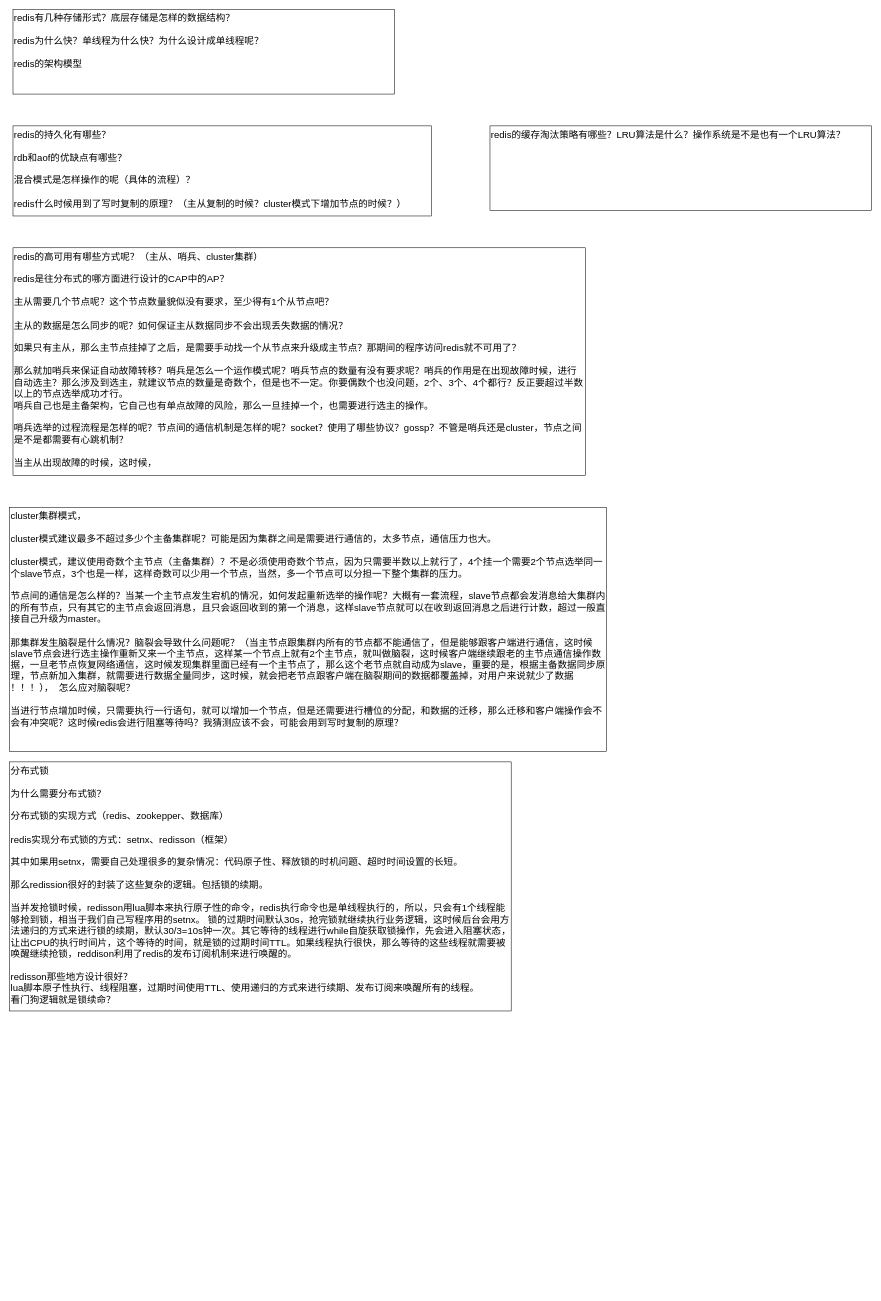
Earlier version of the draw.io diagram JAVA/Redis.drawio (KGwolf/MyDraw). Source tidied: cells renumbered, new cells numbered last; positions are measured from the earlier drawing's top-left corner, leaving out a move shared by most shapes. Both pictures are drawn from the tidied source at 53%, with x=0, y=0 at pixel (10, 9).
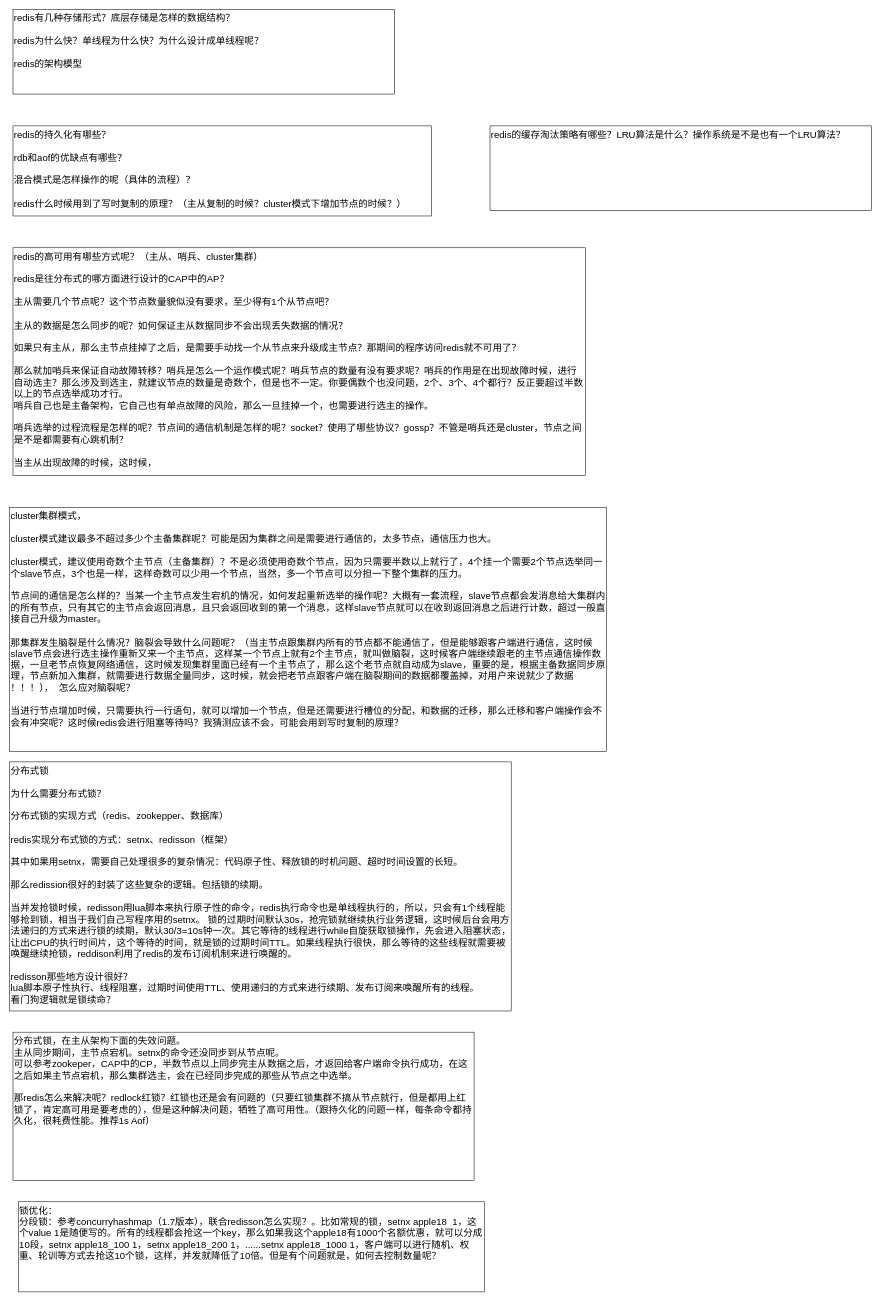
The same page after the edit.

Change to the diagram source:
```diff
@@
 <mxGraphModel>
   <root>
     <mxCell id="0" />
     <mxCell id="1" parent="0" />
     <mxCell id="2" value="redis有几种存储形式？底层存储是怎样的数据结构？&lt;br&gt;&lt;br&gt;redis为什么快？单线程为什么快？为什么设计成单线程呢？&lt;br&gt;&lt;br&gt;redis的架构模型" style="rounded=0;whiteSpace=wrap;html=1;fontSize=18;align=left;verticalAlign=top;" parent="1" vertex="1">
       <mxGeometry x="6" width="720" height="160" as="geometry" />
     </mxCell>
     <mxCell id="3" value="redis的持久化有哪些？&lt;br&gt;&lt;br&gt;rdb和aof的优缺点有哪些？&lt;br&gt;&lt;br&gt;混合模式是怎样操作的呢（具体的流程）？&lt;br&gt;&lt;br&gt;redis什么时候用到了写时复制的原理？（主从复制的时候？cluster模式下增加节点的时候？）" style="rounded=0;whiteSpace=wrap;html=1;fontSize=18;align=left;verticalAlign=top;" parent="1" vertex="1">
       <mxGeometry x="6" y="220" width="790" height="170" as="geometry" />
     </mxCell>
     <mxCell id="4" value="redis的高可用有哪些方式呢？（主从、哨兵、cluster集群）&lt;br&gt;&lt;br&gt;redis是往分布式的哪方面进行设计的CAP中的AP？&lt;br&gt;&lt;br&gt;主从需要几个节点呢？这个节点数量貌似没有要求，至少得有1个从节点吧？&lt;br&gt;&lt;br&gt;主从的数据是怎么同步的呢？如何保证主从数据同步不会出现丢失数据的情况？&lt;br&gt;&lt;br&gt;如果只有主从，那么主节点挂掉了之后，是需要手动找一个从节点来升级成主节点？那期间的程序访问redis就不可用了？&lt;br&gt;&lt;br&gt;那么就加哨兵来保证自动故障转移？哨兵是怎么一个运作模式呢？哨兵节点的数量有没有要求呢？哨兵的作用是在出现故障时候，进行自动选主？那么涉及到选主，就建议节点的数量是奇数个，但是也不一定。你要偶数个也没问题，2个、3个、4个都行？反正要超过半数以上的节点选举成功才行。&lt;br&gt;哨兵自己也是主备架构，它自己也有单点故障的风险，那么一旦挂掉一个，也需要进行选主的操作。&lt;br&gt;&lt;br&gt;哨兵选举的过程流程是怎样的呢？节点间的通信机制是怎样的呢？socket？使用了哪些协议？gossp？不管是哨兵还是cluster，节点之间是不是都需要有心跳机制？&lt;br&gt;&lt;br&gt;当主从出现故障的时候，这时候，" style="rounded=0;whiteSpace=wrap;html=1;fontSize=18;align=left;verticalAlign=top;" parent="1" vertex="1">
       <mxGeometry x="6" y="450" width="1080" height="430" as="geometry" />
     </mxCell>
     <mxCell id="5" value="redis的缓存淘汰策略有哪些？LRU算法是什么？操作系统是不是也有一个LRU算法？" style="rounded=0;whiteSpace=wrap;html=1;fontSize=18;align=left;verticalAlign=top;" parent="1" vertex="1">
       <mxGeometry x="906" y="220" width="720" height="160" as="geometry" />
     </mxCell>
     <mxCell id="6" value="cluster集群模式，&lt;br&gt;&lt;br&gt;cluster模式建议最多不超过多少个主备集群呢？可能是因为集群之间是需要进行通信的，太多节点，通信压力也大。&lt;br&gt;&lt;br&gt;cluster模式，建议使用奇数个主节点（主备集群）？不是必须使用奇数个节点，因为只需要半数以上就行了，4个挂一个需要2个节点选举同一个slave节点，3个也是一样，这样奇数可以少用一个节点，当然，多一个节点可以分担一下整个集群的压力。&lt;br&gt;&lt;br&gt;节点间的通信是怎么样的？当某一个主节点发生宕机的情况，如何发起重新选举的操作呢？大概有一套流程，slave节点都会发消息给大集群内的所有节点，只有其它的主节点会返回消息，且只会返回收到的第一个消息，这样slave节点就可以在收到返回消息之后进行计数，超过一般直接自己升级为master。&lt;br&gt;&lt;br&gt;那集群发生脑裂是什么情况？脑裂会导致什么问题呢？（当主节点跟集群内所有的节点都不能通信了，但是能够跟客户端进行通信，这时候slave节点会进行选主操作重新又来一个主节点，这样某一个节点上就有2个主节点，就叫做脑裂，这时候客户端继续跟老的主节点通信操作数据，一旦老节点恢复网络通信，这时候发现集群里面已经有一个主节点了，那么这个老节点就自动成为slave，重要的是，根据主备数据同步原理，节点新加入集群，就需要进行数据全量同步，这时候，就会把老节点跟客户端在脑裂期间的数据都覆盖掉，对用户来说就少了数据&lt;br&gt;！！！），&amp;nbsp; 怎么应对脑裂呢？&lt;br&gt;&lt;br&gt;当进行节点增加时候，只需要执行一行语句，就可以增加一个节点，但是还需要进行槽位的分配，和数据的迁移，那么迁移和客户端操作会不会有冲突呢？这时候redis会进行阻塞等待吗？我猜测应该不会，可能会用到写时复制的原理？" style="rounded=0;whiteSpace=wrap;html=1;fontSize=18;align=left;verticalAlign=top;" parent="1" vertex="1">
       <mxGeometry x="-0.5" y="940" width="1126.5" height="460" as="geometry" />
     </mxCell>
     <mxCell id="7" value="分布式锁&lt;br&gt;&lt;br&gt;为什么需要分布式锁？&lt;br&gt;&lt;br&gt;分布式锁的实现方式（redis、zookepper、数据库）&lt;br&gt;&lt;br&gt;redis实现分布式锁的方式：setnx、redisson（框架）&lt;br&gt;&lt;br&gt;其中如果用setnx，需要自己处理很多的复杂情况：代码原子性、释放锁的时机问题、超时时间设置的长短。&lt;br&gt;&lt;br&gt;那么redission很好的封装了这些复杂的逻辑。包括锁的续期。&lt;br&gt;&lt;br&gt;当并发抢锁时候，redisson用lua脚本来执行原子性的命令，redis执行命令也是单线程执行的，所以，只会有1个线程能够抢到锁，相当于我们自己写程序用的setnx。 锁的过期时间默认30s，抢完锁就继续执行业务逻辑，这时候后台会用方法递归的方式来进行锁的续期，默认30/3=10s钟一次。其它等待的线程进行while自旋获取锁操作，先会进入阻塞状态，让出CPU的执行时间片，这个等待的时间，就是锁的过期时间TTL。如果线程执行很快，那么等待的这些线程就需要被唤醒继续抢锁，reddison利用了redis的发布订阅机制来进行唤醒的。&lt;br&gt;&lt;br&gt;redisson那些地方设计很好？&lt;br&gt;lua脚本原子性执行、线程阻塞，过期时间使用TTL、使用递归的方式来进行续期、发布订阅来唤醒所有的线程。&lt;br&gt;看门狗逻辑就是锁续命？" style="rounded=0;whiteSpace=wrap;html=1;fontSize=18;align=left;verticalAlign=top;" parent="1" vertex="1">
       <mxGeometry x="-0.5" y="1420" width="946.5" height="470" as="geometry" />
     </mxCell>
+    <mxCell id="8" value="分布式锁，在主从架构下面的失效问题。&lt;br&gt;主从同步期间，主节点宕机。setnx的命令还没同步到从节点呢。&lt;br&gt;可以参考zookeper，CAP中的CP，半数节点以上同步完主从数据之后，才返回给客户端命令执行成功，在这之后如果主节点宕机，那么集群选主，会在已经同步完成的那些从节点之中选举。&lt;br&gt;&lt;br&gt;那redis怎么来解决呢？redlock红锁？红锁也还是会有问题的（只要红锁集群不搞从节点就行，但是都用上红锁了，肯定高可用是要考虑的），但是这种解决问题，牺牲了高可用性。（跟持久化的问题一样，每条命令都持久化，很耗费性能。推荐1s Aof）" style="rounded=0;whiteSpace=wrap;html=1;fontSize=18;align=left;verticalAlign=top;" parent="1" vertex="1">
+      <mxGeometry x="6" y="1930" width="870" height="280" as="geometry" />
+    </mxCell>
+    <mxCell id="9" value="锁优化：&lt;br&gt;分段锁：参考concurryhashmap（1.7版本），联合redisson怎么实现？。比如常规的锁，setnx apple18&amp;nbsp; 1，这个value 1是随便写的。所有的线程都会抢这一个key，那么如果我这个apple18有1000个名额优惠，就可以分成10段，setnx apple18_100 1，setnx apple18_200 1，......setnx apple18_1000 1，客户端可以进行随机、权重、轮训等方式去抢这10个锁，这样，并发就降低了10倍。但是有个问题就是，如何去控制数量呢？" style="rounded=0;whiteSpace=wrap;html=1;fontSize=18;align=left;verticalAlign=top;" parent="1" vertex="1">
+      <mxGeometry x="16" y="2250" width="880" height="170" as="geometry" />
+    </mxCell>
   </root>
 </mxGraphModel>
```
